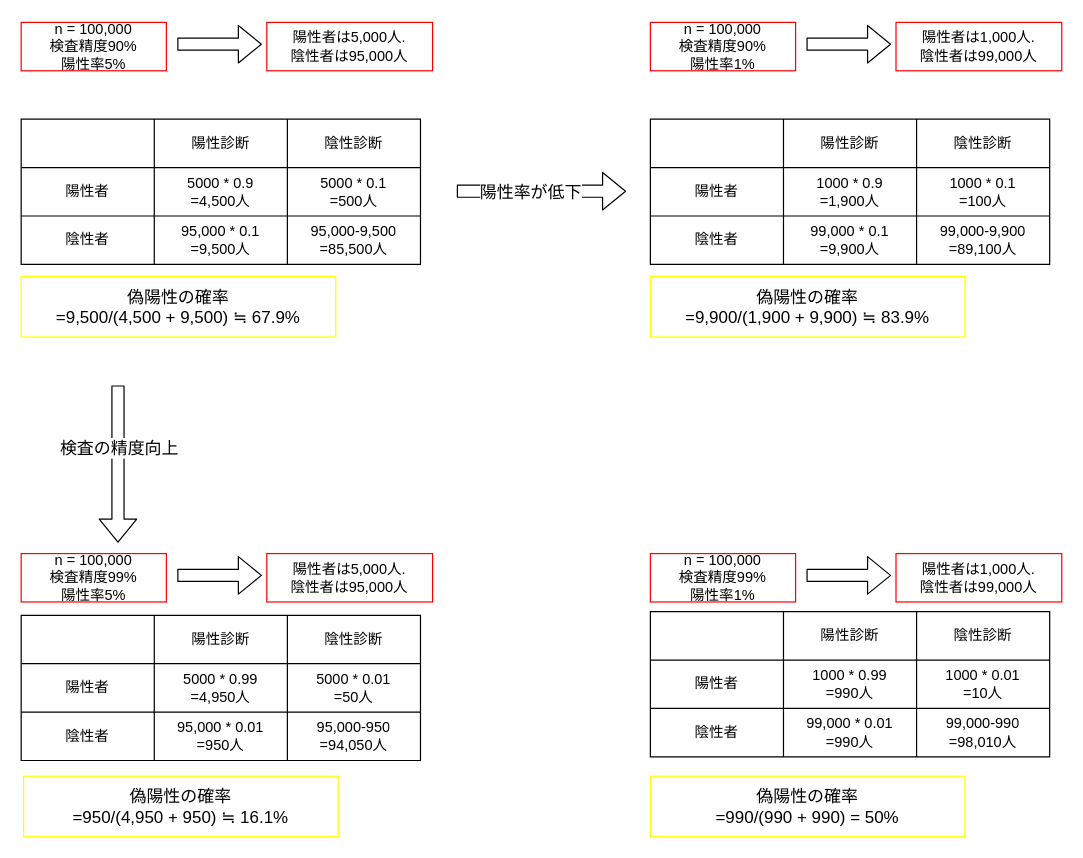
The draw.io diagram page "条件付き確率" (3 of 3) of graph.dio in I-Kouta/Python2, before the edit. Source tidied: cells renumbered, new cells numbered last; positions are measured from the earlier drawing's top-left corner, leaving out a move shared by most shapes. Both pictures are drawn from the tidied source at 121%, with x=0, y=0 at pixel (21, 22).
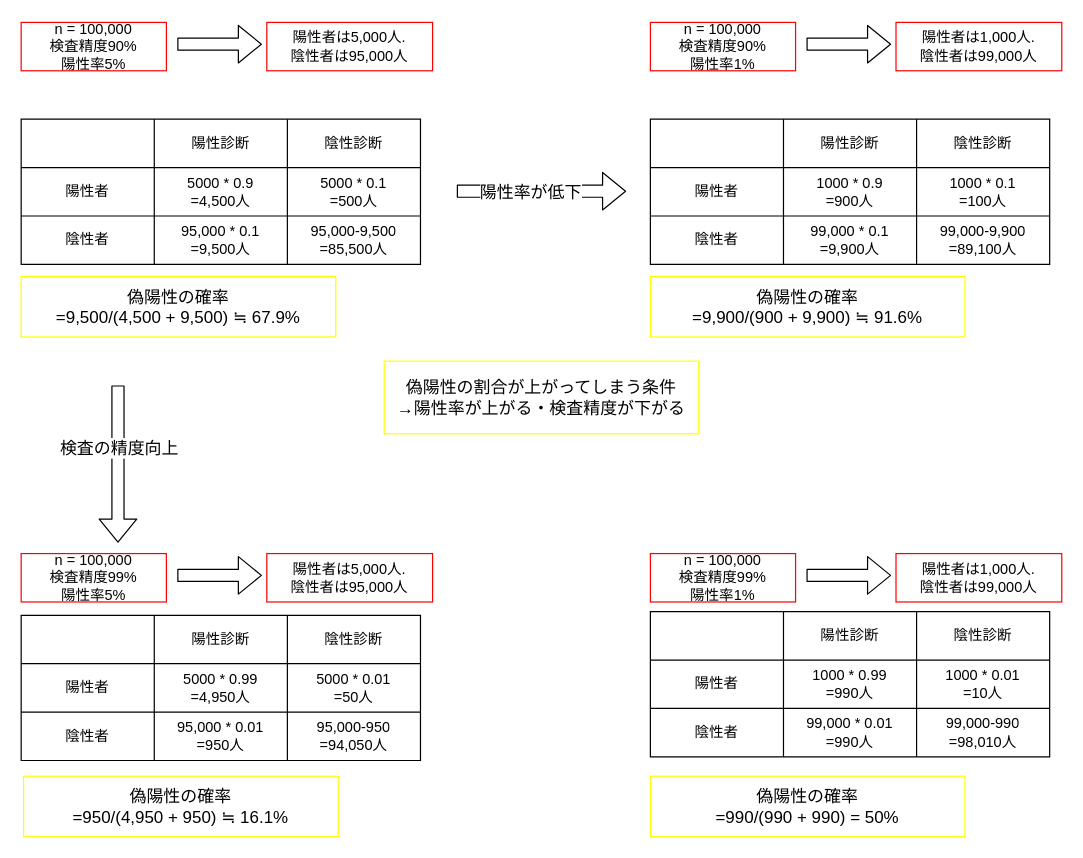
After the change.

Commit message:
まとめ書きました

Unchanged cells that the change refers to:
```xml
<mxCell id="24" style="shape=tableRow;horizontal=0;startSize=0;swimlaneHead=0;swimlaneBody=0;top=0;left=0;bottom=0;right=0;fillColor=none;" parent="19" vertex="1">
  <mxGeometry y="40" width="330" height="40" as="geometry" />
</mxCell>
```

Change to the diagram source:
```diff
@@
-    <mxCell id="26" value="1000 * 0.9&lt;br&gt;=1,900人" style="shape=partialRectangle;html=1;whiteSpace=wrap;fillColor=none;top=0;left=0;bottom=0;right=0;overflow=hidden;" parent="24" vertex="1">
+    <mxCell id="26" value="1000 * 0.9&lt;br&gt;=900人" style="shape=partialRectangle;html=1;whiteSpace=wrap;fillColor=none;top=0;left=0;bottom=0;right=0;overflow=hidden;" parent="24" vertex="1">
       <mxGeometry x="110" width="110" height="40" as="geometry" />
     </mxCell>
@@
-    <mxCell id="37" value="&lt;font style=&quot;font-size: 14px;&quot;&gt;偽陽性の確率&lt;br&gt;=9,900/(1,900 + 9,900) ≒ 83.9%&lt;/font&gt;" style="text;html=1;strokeColor=#FFFF00;fillColor=none;align=center;verticalAlign=middle;whiteSpace=wrap;rounded=0;" parent="1" vertex="1">
+    <mxCell id="37" value="&lt;font style=&quot;font-size: 14px;&quot;&gt;偽陽性の確率&lt;br&gt;=9,900/(900 + 9,900) ≒ 91.6%&lt;/font&gt;" style="text;html=1;strokeColor=#FFFF00;fillColor=none;align=center;verticalAlign=middle;whiteSpace=wrap;rounded=0;" parent="1" vertex="1">
       <mxGeometry x="520" y="210" width="260" height="50" as="geometry" />
     </mxCell>
@@
+    <mxCell id="74" value="&lt;font style=&quot;font-size: 14px;&quot;&gt;偽陽性の割合が上がってしまう条件&lt;br&gt;→陽性率が上がる・検査精度が下がる&lt;br&gt;&lt;/font&gt;" style="text;html=1;strokeColor=#FFFF00;fillColor=none;align=center;verticalAlign=middle;whiteSpace=wrap;rounded=0;" parent="1" vertex="1">
+      <mxGeometry x="300" y="280" width="260" height="60" as="geometry" />
+    </mxCell>
```
